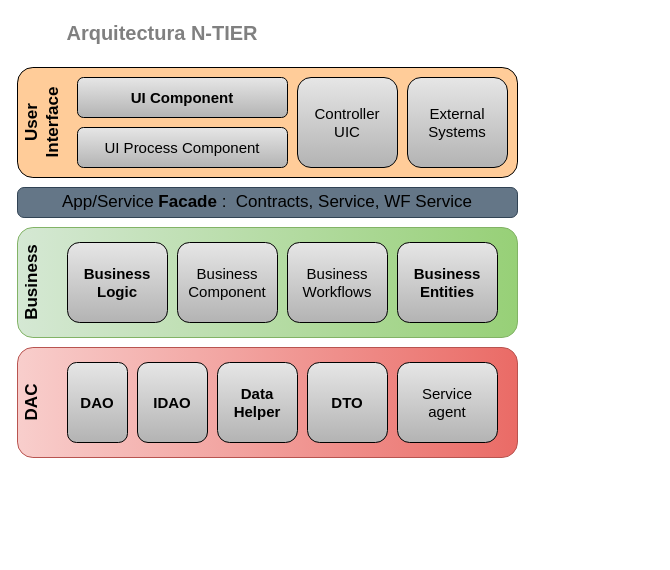
Before: PoliDuckHunt/Desing/DiagramaArq.dio in R3LM15/Trabajo-Grupal, a draw.io diagram. Source tidied: cells renumbered, new cells numbered last; positions are measured from the earlier drawing's top-left corner, leaving out a move shared by most shapes. Both pictures are drawn from the tidied source at 100%, with x=0, y=0 at pixel (-43, 17).
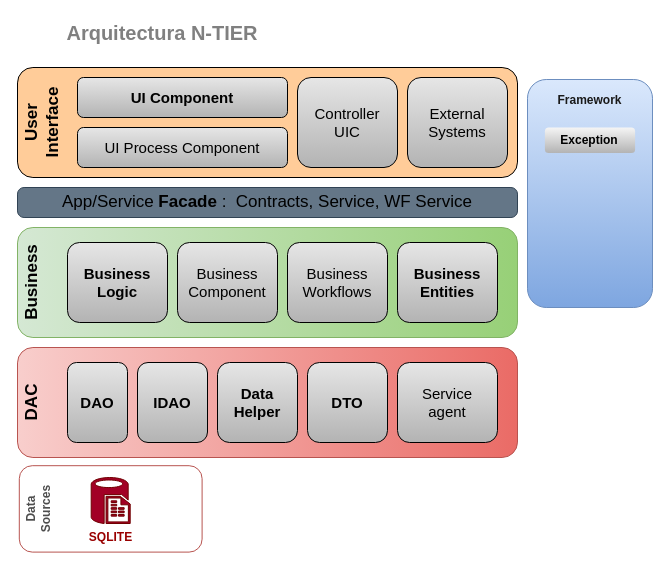
Above is the later version.

Change to the diagram source:
```diff
@@
+    <mxCell id="23" value="&lt;font color=&quot;#1a1a1a&quot;&gt;&lt;b&gt;Framework&lt;/b&gt;&lt;br&gt;&lt;br&gt;&lt;br&gt;&lt;br&gt;&lt;br&gt;&lt;br&gt;&lt;br&gt;&lt;br&gt;&lt;br&gt;&lt;br&gt;&lt;br&gt;&lt;br&gt;&lt;br&gt;&lt;br&gt;&lt;/font&gt;" style="rounded=1;whiteSpace=wrap;html=1;fillColor=#dae8fc;strokeColor=#6c8ebf;gradientColor=#7ea6e0;" parent="1" vertex="1">
+      <mxGeometry x="570" y="62" width="125" height="228" as="geometry" />
+    </mxCell>
+    <mxCell id="24" value="&lt;span style=&quot;&quot;&gt;&lt;font color=&quot;#000000&quot;&gt;&lt;b&gt;Exception&lt;/b&gt;&lt;/font&gt;&lt;/span&gt;" style="rounded=1;whiteSpace=wrap;html=1;fillColor=#f5f5f5;strokeColor=none;gradientColor=#b3b3b3;" parent="1" vertex="1">
+      <mxGeometry x="587.4" y="110" width="90.2" height="25.6" as="geometry" />
+    </mxCell>
+    <mxCell id="25" value="&lt;b style=&quot;&quot;&gt;&lt;font color=&quot;#4d4d4d&quot;&gt;Data&lt;br&gt;Sources&lt;br&gt;&lt;br&gt;&lt;br&gt;&lt;br&gt;&lt;br&gt;&lt;br&gt;&lt;br&gt;&lt;br&gt;&lt;br&gt;&lt;br&gt;&lt;/font&gt;&lt;br&gt;&lt;/b&gt;" style="rounded=1;whiteSpace=wrap;html=1;fillColor=none;strokeColor=#b85450;rotation=-90;gradientColor=#ea6b66;" parent="1" vertex="1">
+      <mxGeometry x="110" y="400" width="86.4" height="182.8" as="geometry" />
+    </mxCell>
+    <mxCell id="26" value="&lt;b&gt;&lt;font color=&quot;#990000&quot;&gt;SQLITE&lt;/font&gt;&lt;/b&gt;" style="verticalLabelPosition=bottom;html=1;verticalAlign=top;align=center;strokeColor=#6F0000;fillColor=#a20025;shape=mxgraph.azure.sql_reporting;fontColor=#ffffff;" parent="1" vertex="1">
+      <mxGeometry x="133.7" y="460" width="39" height="46" as="geometry" />
+    </mxCell>
```
